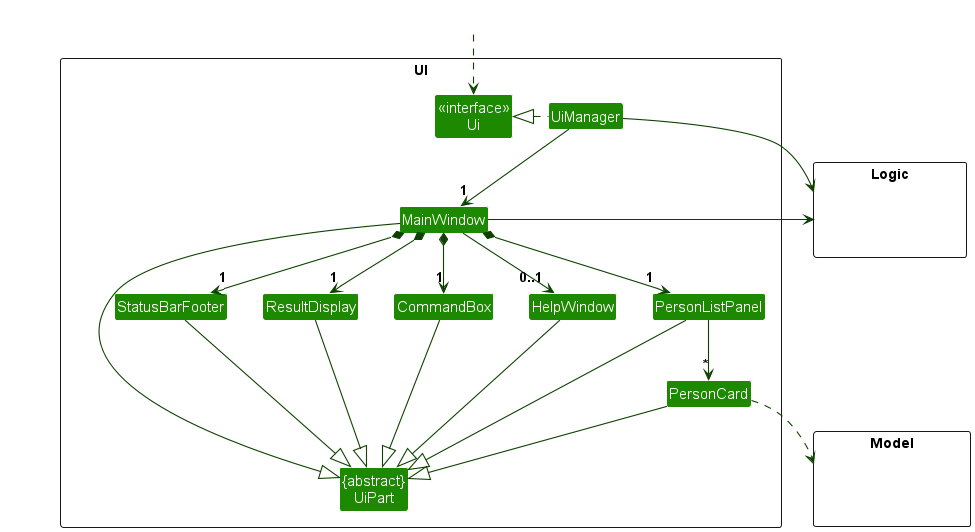
The PlantUML diagram docs/images/UiClassDiagram.png in AY2627S1-CS2103T-W11-1/tp, before a commit.
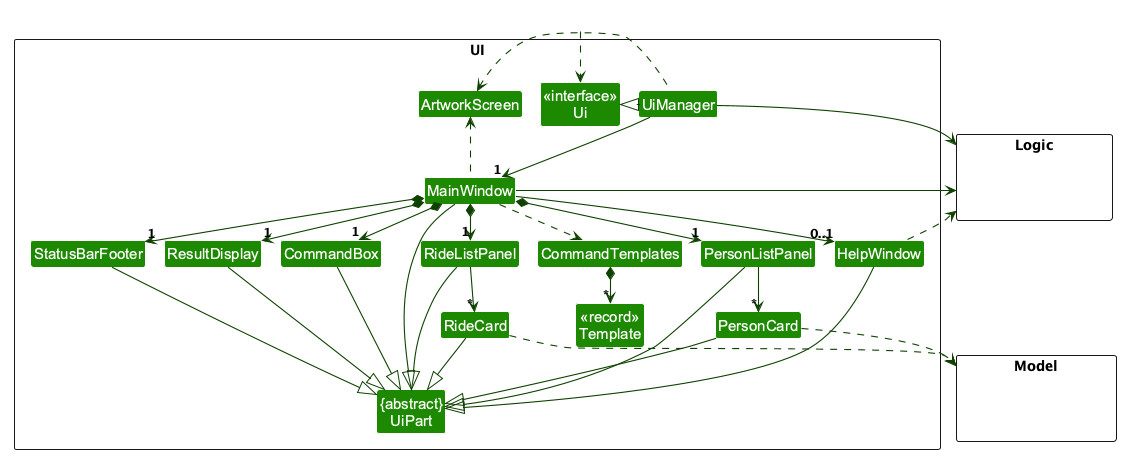
The same diagram one commit later.

Commit message:
Update UI class diagram and UI component DG

The UI class diagram and the UI component section of the
Developer Guide predate the ride panel, the Help menu templates and
the opening and closing artwork.

Add RideListPanel, RideCard, CommandTemplates, Template and
ArtworkScreen to the diagram. Describe the cyclist and ride panels,
the Help menu templates and the artwork in the UI component section.

The edit, as a diff of the source:
```diff
@@ -13,8 +13,13 @@
 Class ResultDisplay
 Class PersonListPanel
 Class PersonCard
+Class RideListPanel
+Class RideCard
 Class StatusBarFooter
 Class CommandBox
+Class CommandTemplates
+Class "<<record>>\nTemplate" as Template
+Class ArtworkScreen
 }
 
 package Model <<Rectangle>> {
@@ -33,10 +38,12 @@
 MainWindow *-down->  "1" CommandBox
 MainWindow *-down-> "1" ResultDisplay
 MainWindow *-down-> "1" PersonListPanel
+MainWindow *-down-> "1" RideListPanel
 MainWindow *-down-> "1" StatusBarFooter
 MainWindow --> "0..1" HelpWindow
 
 PersonListPanel -down-> "*" PersonCard
+RideListPanel -down-> "*" RideCard
 
 MainWindow -left-|> UiPart
 
@@ -44,12 +51,22 @@
 CommandBox --|> UiPart
 PersonListPanel --|> UiPart
 PersonCard --|> UiPart
+RideListPanel --|> UiPart
+RideCard --|> UiPart
 StatusBarFooter --|> UiPart
 HelpWindow --|> UiPart
 
+MainWindow .down.> CommandTemplates
+CommandTemplates *-down-> "*" Template
+
+UiManager .left.> ArtworkScreen
+MainWindow .up.> ArtworkScreen
+
 PersonCard ..> Model
+RideCard ..> Model
 UiManager -right-> Logic
 MainWindow -left-> Logic
+HelpWindow ..> Logic
 
 PersonListPanel -[hidden]left- HelpWindow
 HelpWindow -[hidden]left- CommandBox
```
